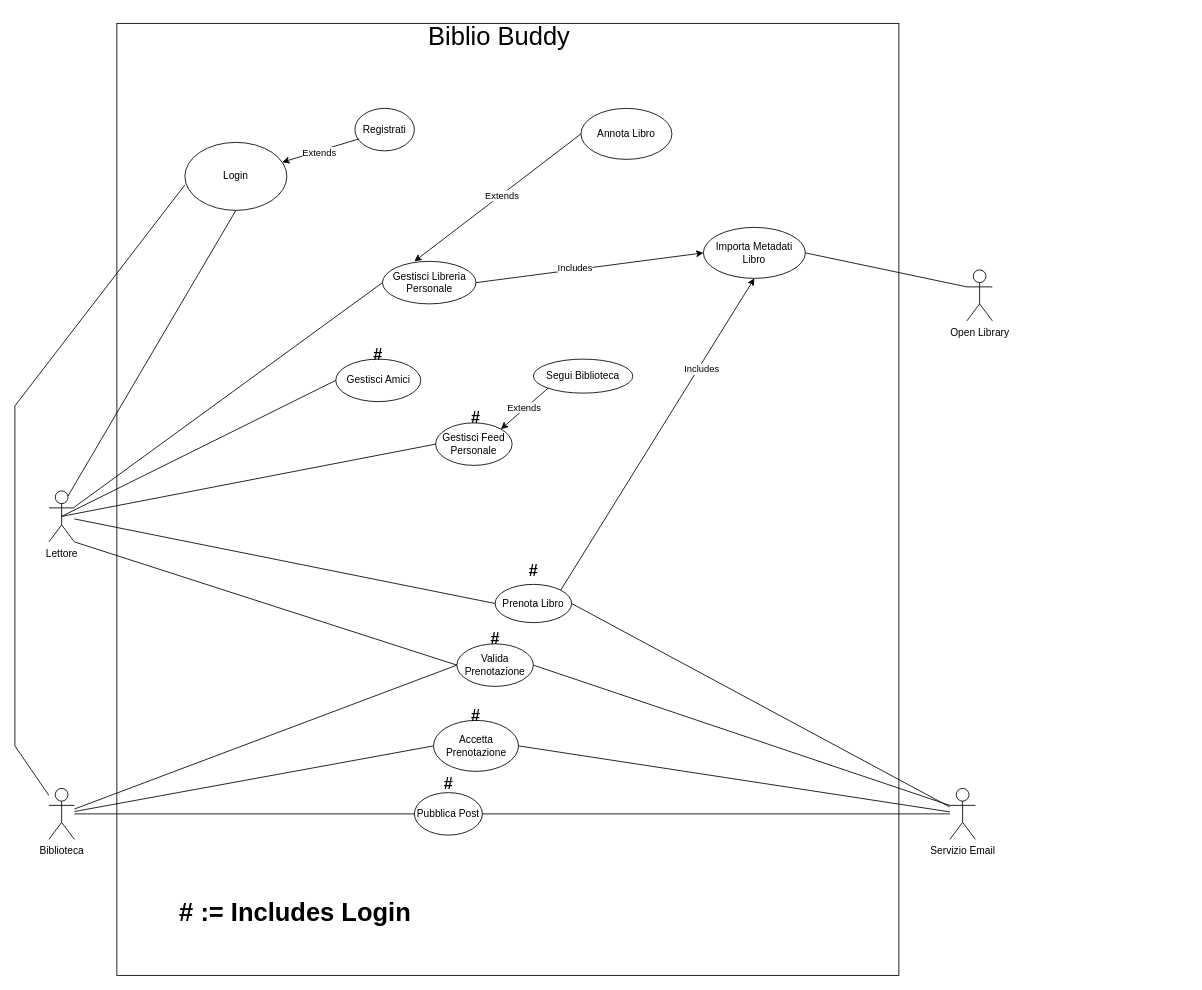
Earlier version of the draw.io diagram page "UC Diagram Attuale" (1 of 2) of Elaborati Progettazione/Casi d'uso/Diagrammi/Diagramma casi d'uso.drawio (Tom-n7/progettoMurakami). Source tidied: cells renumbered, new cells numbered last; positions are measured from the earlier drawing's top-left corner, leaving out a move shared by most shapes. Both pictures are drawn from the tidied source at 85%, with x=0, y=0 at pixel (14, 14).
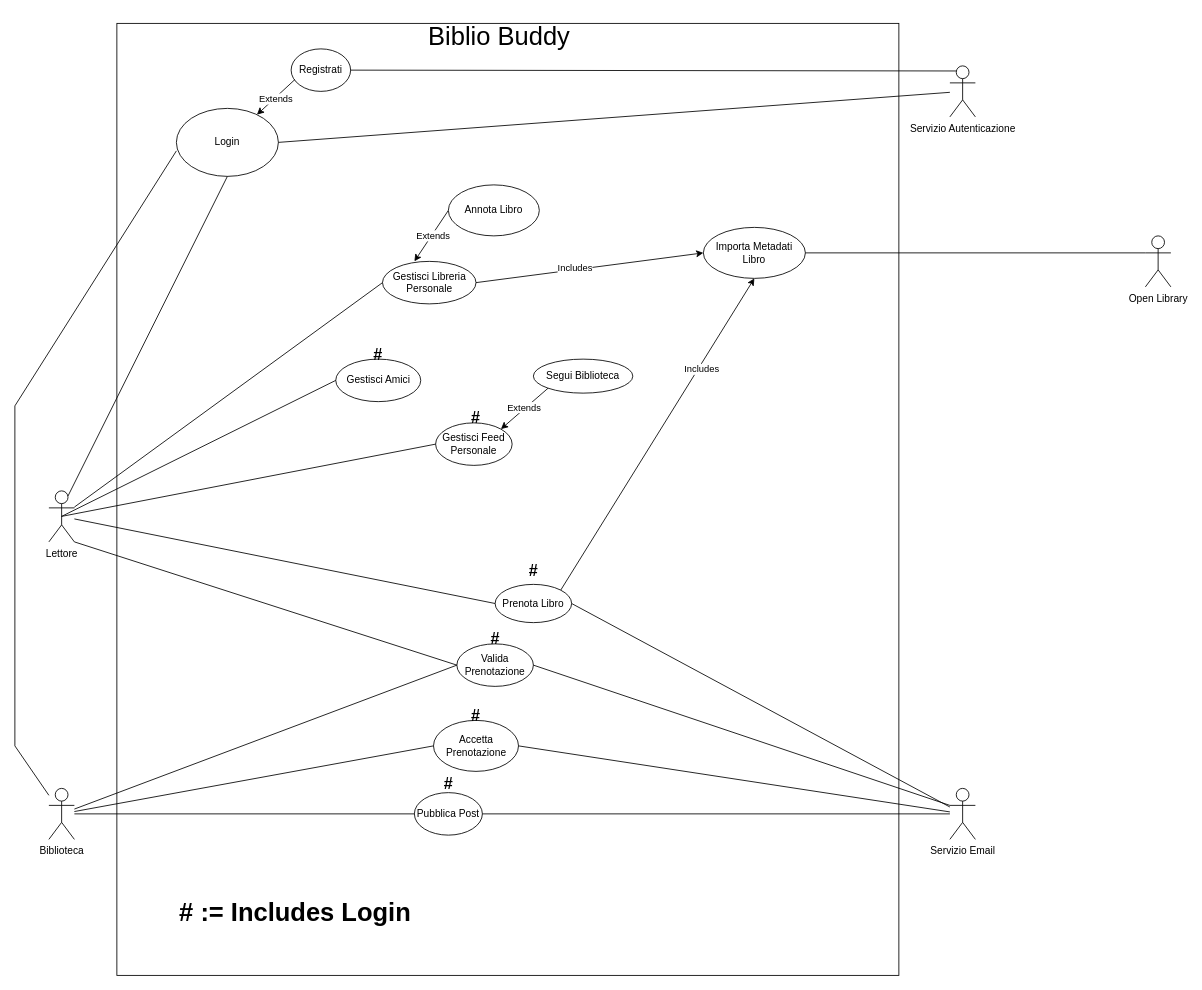
Above is the later version.

Commit message (it also covers changes not shown here):
Aggiustamenti Internal Steps e diagrammaattività.

Change to the diagram source:
```diff
@@
     <mxCell id="4" value="Open Library" style="shape=umlActor;verticalLabelPosition=bottom;verticalAlign=top;html=1;outlineConnect=0;" parent="1" vertex="1">
-      <mxGeometry x="1120" y="300" width="30" height="60" as="geometry" />
+      <mxGeometry x="1330" y="260" width="30" height="60" as="geometry" />
     </mxCell>
@@
     <mxCell id="18" value="Login" style="ellipse;whiteSpace=wrap;html=1;" parent="1" vertex="1">
-      <mxGeometry x="200" y="150" width="120" height="80" as="geometry" />
+      <mxGeometry x="190" y="110" width="120" height="80" as="geometry" />
     </mxCell>
@@
     <mxCell id="21" value="Registrati" style="ellipse;whiteSpace=wrap;html=1;" parent="1" vertex="1">
-      <mxGeometry x="400" y="110" width="70" height="50" as="geometry" />
+      <mxGeometry x="325" y="40" width="70" height="50" as="geometry" />
     </mxCell>
@@
     <mxCell id="48" value="Annota Libro" style="ellipse;whiteSpace=wrap;html=1;" parent="1" vertex="1">
-      <mxGeometry x="666" y="110" width="107" height="60" as="geometry" />
+      <mxGeometry x="510" y="200" width="107" height="60" as="geometry" />
     </mxCell>
@@
+    <mxCell id="52" value="Servizio Autenticazione" style="shape=umlActor;verticalLabelPosition=bottom;verticalAlign=top;html=1;outlineConnect=0;" parent="1" vertex="1">
+      <mxGeometry x="1100" y="60" width="30" height="60" as="geometry" />
+    </mxCell>
+    <mxCell id="53" style="endArrow=none;html=1;rounded=0;exitX=1;exitY=0.5;exitDx=0;exitDy=0;" parent="1" edge="1" source="18" target="52">
+      <mxGeometry relative="1" as="geometry" />
+    </mxCell>
+    <mxCell id="54" style="endArrow=none;html=1;rounded=0;exitX=1;exitY=0.5;exitDx=0;exitDy=0;entryX=0.25;entryY=0.1;entryDx=0;entryDy=0;entryPerimeter=0;" parent="1" edge="1" source="21" target="52">
+      <mxGeometry relative="1" as="geometry" />
+    </mxCell>
```
